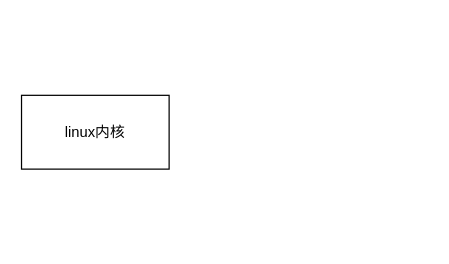
wangyunhuan895-eng/images keeps this draw.io diagram as drawio/整体体系.drawio. Above is the earlier version. Source tidied: cells renumbered, new cells numbered last; positions are measured from the earlier drawing's top-left corner, leaving out a move shared by most shapes. Both pictures are drawn from the tidied source at 123%, with x=0, y=0 at pixel (21, 95).
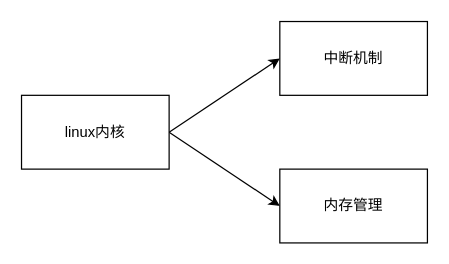
After the change.

Commit message (it also covers changes not shown here):
更新整体体系.drawio

Diff of the diagram source:
```diff
@@
 <mxGraphModel>
   <root>
     <mxCell id="0" />
     <mxCell id="1" parent="0" />
+    <mxCell id="3" style="rounded=0;jettySize=auto;html=1;exitX=1;exitY=0.5;exitDx=0;exitDy=0;entryX=0;entryY=0.5;entryDx=0;entryDy=0;" parent="1" edge="1" source="2" target="5">
+      <mxGeometry relative="1" as="geometry" />
+    </mxCell>
+    <mxCell id="4" style="rounded=0;jettySize=auto;html=1;exitX=1;exitY=0.5;exitDx=0;exitDy=0;entryX=0;entryY=0.5;entryDx=0;entryDy=0;" parent="1" edge="1" source="2" target="6">
+      <mxGeometry relative="1" as="geometry" />
+    </mxCell>
     <mxCell id="2" value="linux内核" style="rounded=0;whiteSpace=wrap;html=1;" parent="1" vertex="1">
       <mxGeometry width="120" height="60" as="geometry" />
     </mxCell>
+    <mxCell id="5" value="内存管理" style="whiteSpace=wrap;html=1;rounded=0;" parent="1" vertex="1">
+      <mxGeometry x="210" y="60" width="120" height="60" as="geometry" />
+    </mxCell>
+    <mxCell id="6" value="中断机制" style="rounded=0;whiteSpace=wrap;html=1;" parent="1" vertex="1">
+      <mxGeometry x="210" y="-60" width="120" height="60" as="geometry" />
+    </mxCell>
   </root>
 </mxGraphModel>
```
